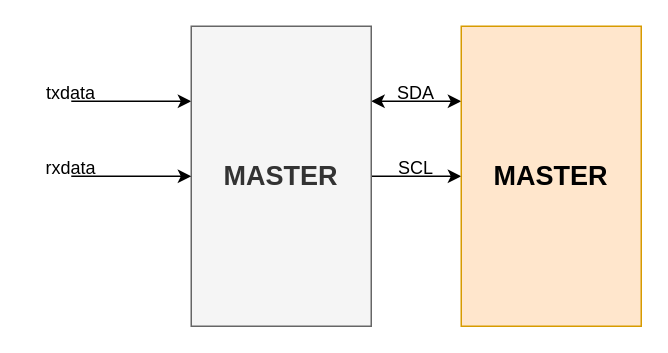
Friday930/May_team_project_I2C_SPI keeps this draw.io diagram as 발표자료/I2C 시뮬레이션 회로.drawio. Above is the earlier version. Source tidied: cells renumbered, new cells numbered last; positions are measured from the earlier drawing's top-left corner, leaving out a move shared by most shapes. Both pictures are drawn from the tidied source at 150%, with x=0, y=0 at pixel (26, 26).
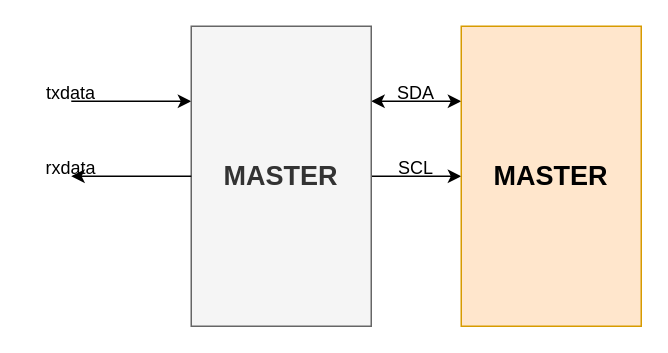
The same page after the edit.

The edit, as a diff of the source:
```diff
@@
 <mxGraphModel>
   <root>
     <mxCell id="0" />
     <mxCell id="1" parent="0" />
     <mxCell id="2" style="endArrow=classic;html=1;rounded=0;entryX=0;entryY=0.25;entryDx=0;entryDy=0;" parent="1" edge="1" target="5">
       <mxGeometry relative="1" as="geometry">
         <mxPoint x="30" y="50" as="sourcePoint" />
       </mxGeometry>
     </mxCell>
     <mxCell id="3" style="edgeStyle=orthogonalEdgeStyle;rounded=0;jettySize=auto;html=1;exitX=1;exitY=0.25;exitDx=0;exitDy=0;entryX=0;entryY=0.25;entryDx=0;entryDy=0;startArrow=classic;startFill=1;" parent="1" edge="1" source="5" target="6">
       <mxGeometry relative="1" as="geometry" />
     </mxCell>
     <mxCell id="4" style="edgeStyle=orthogonalEdgeStyle;rounded=0;jettySize=auto;html=1;exitX=1;exitY=0.5;exitDx=0;exitDy=0;entryX=0;entryY=0.5;entryDx=0;entryDy=0;" parent="1" edge="1" source="5" target="6">
       <mxGeometry relative="1" as="geometry" />
     </mxCell>
     <mxCell id="5" value="MASTER" style="rounded=0;whiteSpace=wrap;html=1;fontSize=18;fontStyle=1;fillColor=#f5f5f5;fontColor=#333333;strokeColor=#666666;" parent="1" vertex="1">
       <mxGeometry x="110" width="120" height="200" as="geometry" />
     </mxCell>
     <mxCell id="6" value="MASTER" style="rounded=0;whiteSpace=wrap;html=1;fontSize=18;fontStyle=1;fillColor=#ffe6cc;strokeColor=#d79b00;" parent="1" vertex="1">
       <mxGeometry x="290" width="120" height="200" as="geometry" />
     </mxCell>
-    <mxCell id="7" style="endArrow=classic;html=1;rounded=0;entryX=0;entryY=0.5;entryDx=0;entryDy=0;" parent="1" edge="1" target="5">
+    <mxCell id="7" style="endArrow=classic;html=1;rounded=0;entryX=0;entryY=0.5;entryDx=0;entryDy=0;exitX=0;exitY=0.5;exitDx=0;exitDy=0;" parent="1" edge="1" source="5">
       <mxGeometry relative="1" as="geometry">
-        <mxPoint x="30" y="100" as="sourcePoint" />
+        <mxPoint x="30" y="100" as="targetPoint" />
       </mxGeometry>
     </mxCell>
     <mxCell id="8" value="txdata" style="text;html=1;align=center;verticalAlign=middle;whiteSpace=wrap;rounded=0;" parent="1" vertex="1">
       <mxGeometry y="40" width="60" height="10" as="geometry" />
     </mxCell>
     <mxCell id="9" value="rxdata" style="text;html=1;align=center;verticalAlign=middle;whiteSpace=wrap;rounded=0;" parent="1" vertex="1">
       <mxGeometry y="90" width="60" height="10" as="geometry" />
     </mxCell>
     <mxCell id="10" value="SDA" style="text;html=1;align=center;verticalAlign=middle;whiteSpace=wrap;rounded=0;" parent="1" vertex="1">
       <mxGeometry x="230" y="40" width="60" height="10" as="geometry" />
     </mxCell>
     <mxCell id="11" value="SCL" style="text;html=1;align=center;verticalAlign=middle;whiteSpace=wrap;rounded=0;" parent="1" vertex="1">
       <mxGeometry x="230" y="90" width="60" height="10" as="geometry" />
     </mxCell>
   </root>
 </mxGraphModel>
```
